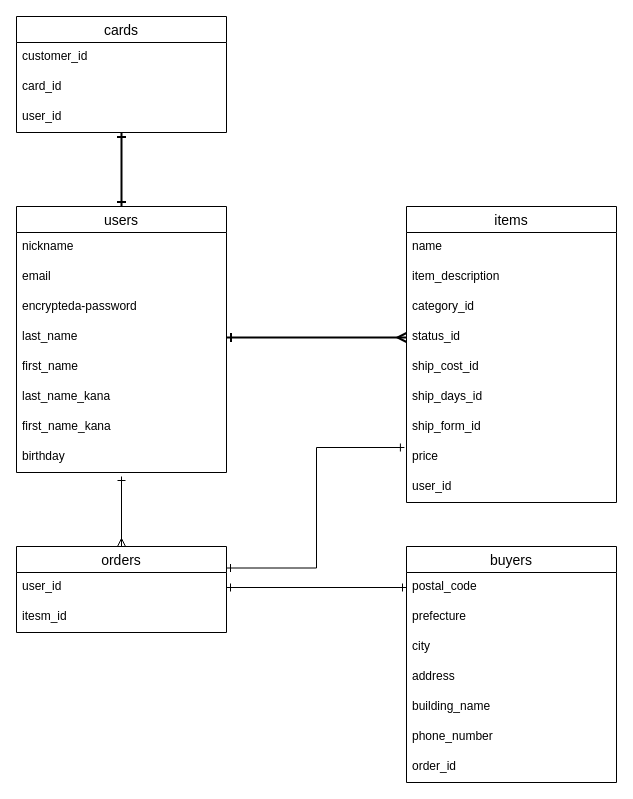
The draw.io diagram app/views/furima-app.dio in omikinniku/furima-36678, before the edit. Source tidied: cells renumbered, new cells numbered last; positions are measured from the earlier drawing's top-left corner, leaving out a move shared by most shapes. Both pictures are drawn from the tidied source at 100%, with x=0, y=0 at pixel (16, 16).
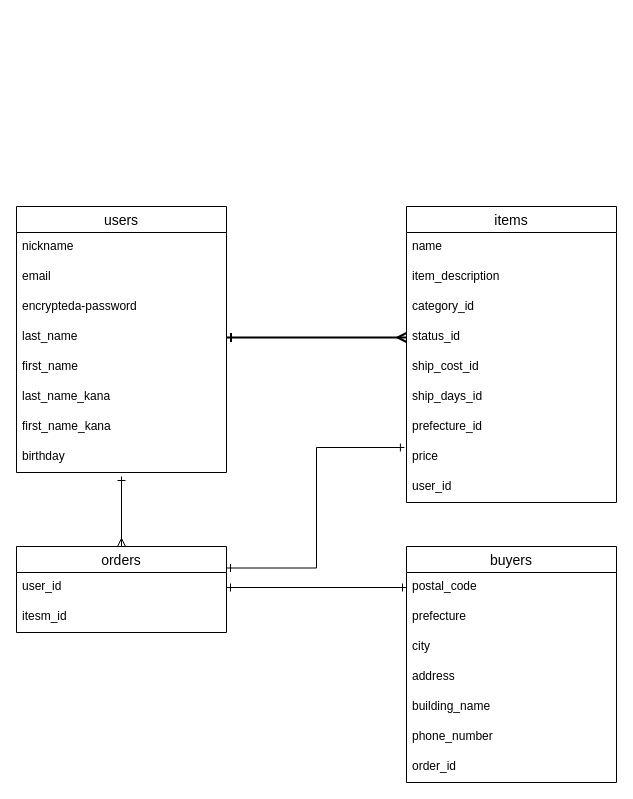
The same diagram, later.

Commit message (it also covers changes not shown here):
データベース設計の修正3

Unchanged cells that the change refers to:
```xml
<mxCell id="3" value="users" style="swimlane;fontStyle=0;horizontal=1;startSize=26;align=center;fontSize=14;" parent="1" vertex="1">
  <mxGeometry y="190" width="210" height="266" as="geometry" />
</mxCell>
<mxCell id="12" value="items" style="swimlane;fontStyle=0;horizontal=1;startSize=26;align=center;fontSize=14;html=0;" parent="1" vertex="1">
  <mxGeometry x="390" y="190" width="210" height="296" as="geometry" />
</mxCell>
```

What changed in the source:
```diff
@@
-    <mxCell id="2" style="edgeStyle=orthogonalEdgeStyle;rounded=0;jettySize=auto;html=1;exitX=0.5;exitY=0;exitDx=0;exitDy=0;entryX=0.5;entryY=1;entryDx=0;entryDy=0;startArrow=ERone;startFill=0;endArrow=ERone;endFill=0;strokeWidth=2;" parent="1" edge="1" source="3" target="32">
-      <mxGeometry relative="1" as="geometry" />
-    </mxCell>
@@
-    <mxCell id="19" value="ship_form_id" style="text;strokeColor=none;fillColor=none;spacingLeft=4;spacingRight=4;overflow=hidden;points=[[0,0.5],[1,0.5]];portConstraint=eastwest;fontSize=12;" parent="12" vertex="1">
+    <mxCell id="19" value="prefecture_id" style="text;strokeColor=none;fillColor=none;spacingLeft=4;spacingRight=4;overflow=hidden;points=[[0,0.5],[1,0.5]];portConstraint=eastwest;fontSize=12;" parent="12" vertex="1">
       <mxGeometry y="206" width="210" height="30" as="geometry" />
     </mxCell>
@@
-    <mxCell id="32" value="cards" style="swimlane;fontStyle=0;horizontal=1;startSize=26;align=center;fontSize=14;html=0;" parent="1" vertex="1">
-      <mxGeometry width="210" height="116" as="geometry" />
-    </mxCell>
-    <mxCell id="33" value="customer_id" style="text;strokeColor=none;fillColor=none;spacingLeft=4;spacingRight=4;overflow=hidden;fontSize=12;" parent="32" vertex="1">
-      <mxGeometry y="26" width="210" height="30" as="geometry" />
-    </mxCell>
-    <mxCell id="34" value="card_id" style="text;strokeColor=none;fillColor=none;spacingLeft=4;spacingRight=4;overflow=hidden;fontSize=12;" parent="32" vertex="1">
-      <mxGeometry y="56" width="210" height="30" as="geometry" />
-    </mxCell>
-    <mxCell id="35" value="user_id" style="text;strokeColor=none;fillColor=none;spacingLeft=4;spacingRight=4;overflow=hidden;fontSize=12;" parent="32" vertex="1">
-      <mxGeometry y="86" width="210" height="30" as="geometry" />
-    </mxCell>
```
